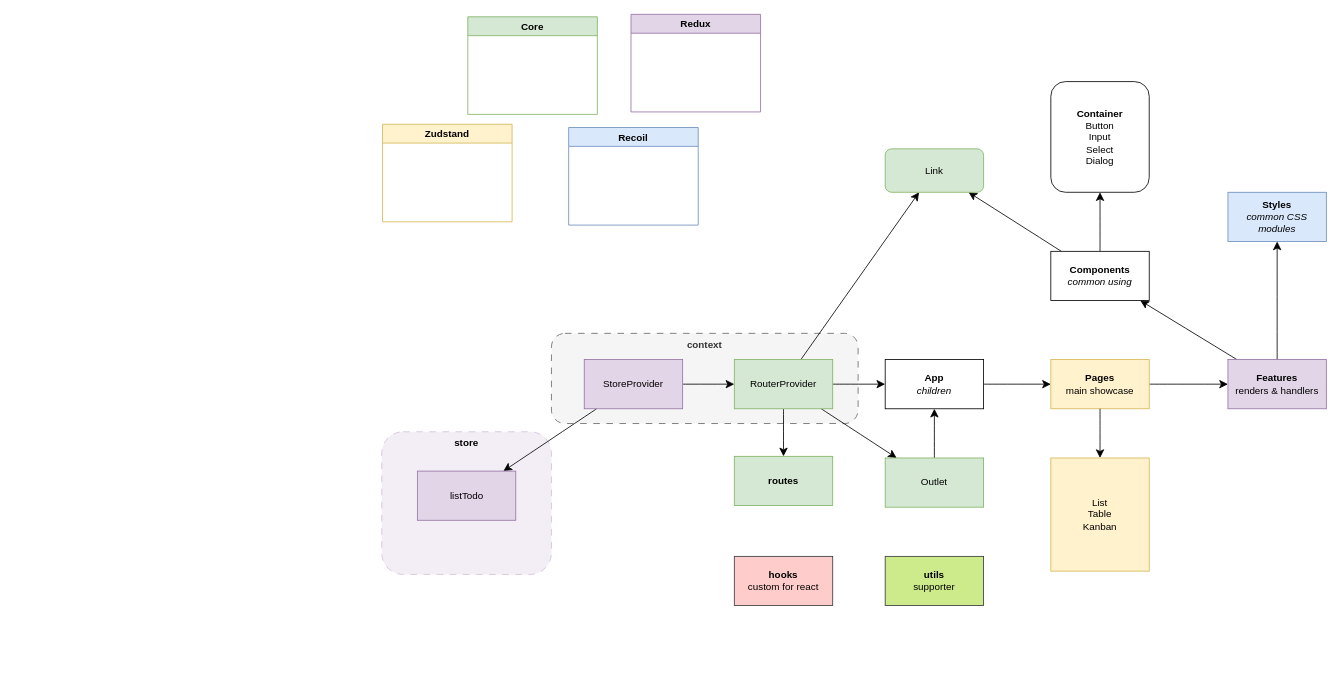
Before: page "To do list - React" (1 of 2) of Folder Structures.drawio in sunflynf/diagram-only, a draw.io diagram. Source tidied: cells renumbered, new cells numbered last; positions are measured from the earlier drawing's top-left corner, leaving out a move shared by most shapes. Both pictures are drawn from the tidied source at 82%, with x=0, y=0 at pixel (381, 14).
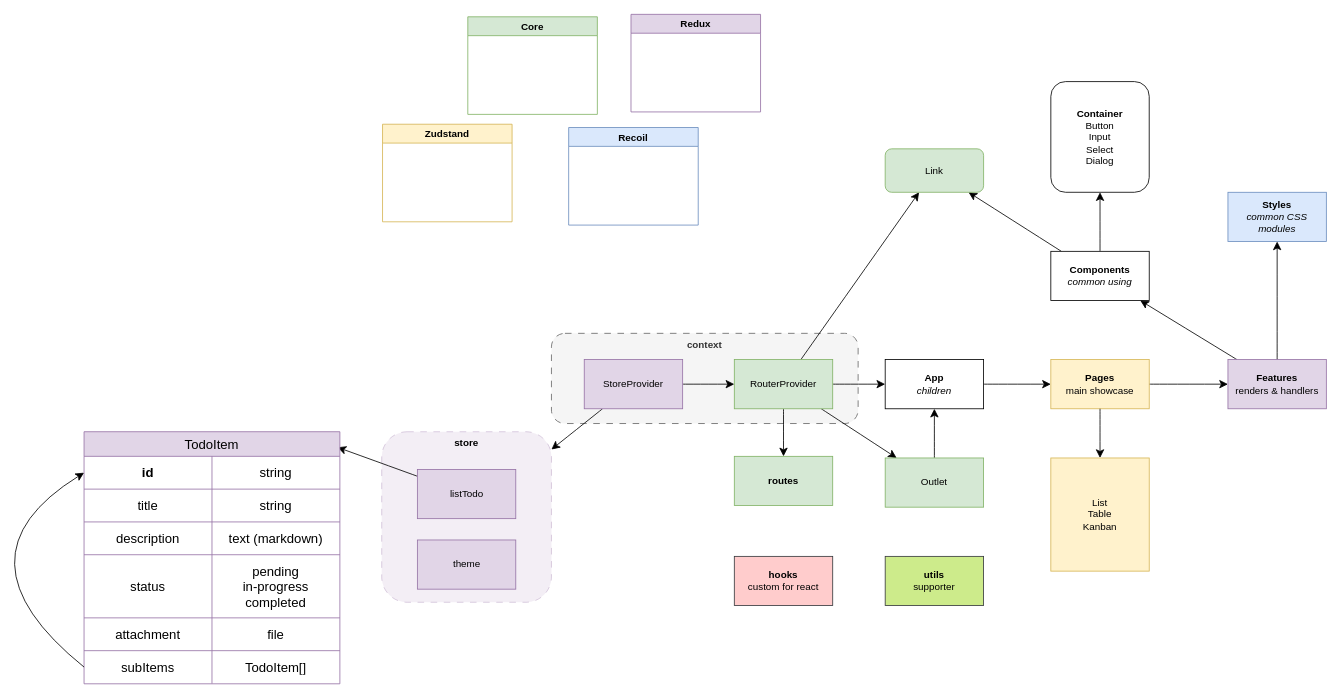
After the change.

The change refers to these unchanged cells:
```xml
<mxCell id="7" value="StoreProvider" style="rounded=0;whiteSpace=wrap;html=1;fillColor=#e1d5e7;strokeColor=#9673a6;" parent="1" vertex="1">
  <mxGeometry x="247" y="421" width="120" height="60" as="geometry" />
</mxCell>
```

Diff of the diagram source:
```diff
@@
     <mxCell id="2" value="store" style="rounded=1;whiteSpace=wrap;html=1;verticalAlign=top;fontStyle=1;dashed=1;dashPattern=8 8;fillColor=#e1d5e7;strokeColor=#9673a6;opacity=40;" parent="1" vertex="1">
-      <mxGeometry y="509" width="207" height="174" as="geometry" />
+      <mxGeometry y="509" width="207" height="208" as="geometry" />
     </mxCell>
@@
-    <mxCell id="6" style="edgeStyle=none;curved=1;rounded=0;jettySize=auto;html=1;fontSize=12;startSize=8;endSize=8;" parent="1" edge="1" source="7" target="21">
+    <mxCell id="6" style="edgeStyle=none;curved=1;rounded=0;jettySize=auto;html=1;fontSize=12;startSize=8;endSize=8;" parent="1" edge="1" source="7" target="2">
       <mxGeometry relative="1" as="geometry" />
     </mxCell>
@@
+    <mxCell id="37" style="edgeStyle=none;curved=1;rounded=0;jettySize=auto;html=1;fontSize=12;startSize=8;endSize=8;entryX=0.991;entryY=0.062;entryDx=0;entryDy=0;entryPerimeter=0;" parent="1" edge="1" source="21" target="38">
+      <mxGeometry relative="1" as="geometry" />
+    </mxCell>
     <mxCell id="21" value="listTodo" style="rounded=0;whiteSpace=wrap;html=1;fillColor=#e1d5e7;strokeColor=#9673a6;" parent="1" vertex="1">
-      <mxGeometry x="43.5" y="557" width="120" height="60" as="geometry" />
+      <mxGeometry x="43.5" y="555" width="120" height="60" as="geometry" />
     </mxCell>
@@
+    <mxCell id="38" value="TodoItem" style="shape=table;startSize=30;childLayout=tableLayout;strokeColor=#9673a6;fontSize=16;fillColor=#e1d5e7;" parent="1" vertex="1">
+      <mxGeometry x="-363" y="509" width="312" height="307.4" as="geometry" />
+    </mxCell>
+    <mxCell id="39" style="shape=tableRow;horizontal=0;startSize=0;swimlaneHead=0;swimlaneBody=0;strokeColor=inherit;top=0;left=0;bottom=0;right=0;fillColor=none;points=[[0,0.5],[1,0.5]];portConstraint=eastwest;fontSize=16;" parent="38" vertex="1">
+      <mxGeometry y="30" width="312" height="40" as="geometry" />
+    </mxCell>
+    <mxCell id="40" value="id" style="shape=partialRectangle;html=1;whiteSpace=wrap;strokeColor=inherit;overflow=hidden;fillColor=none;top=0;left=0;bottom=0;right=0;fontSize=16;fontStyle=1;" parent="39" vertex="1">
+      <mxGeometry width="156" height="40" as="geometry" />
+    </mxCell>
+    <mxCell id="41" value="string" style="shape=partialRectangle;html=1;whiteSpace=wrap;strokeColor=inherit;overflow=hidden;fillColor=none;top=0;left=0;bottom=0;right=0;fontSize=16;" parent="39" vertex="1">
+      <mxGeometry x="156" width="156" height="40" as="geometry" />
+    </mxCell>
+    <mxCell id="42" style="shape=tableRow;horizontal=0;startSize=0;swimlaneHead=0;swimlaneBody=0;strokeColor=inherit;top=0;left=0;bottom=0;right=0;fillColor=none;fontSize=16;" parent="38" vertex="1">
+      <mxGeometry y="70" width="312" height="40" as="geometry" />
+    </mxCell>
+    <mxCell id="43" value="&lt;div&gt;title&lt;/div&gt;" style="shape=partialRectangle;html=1;whiteSpace=wrap;strokeColor=inherit;overflow=hidden;fillColor=none;top=0;left=0;bottom=0;right=0;fontSize=16;" parent="42" vertex="1">
+      <mxGeometry width="156" height="40" as="geometry" />
+    </mxCell>
+    <mxCell id="44" value="string" style="shape=partialRectangle;html=1;whiteSpace=wrap;strokeColor=inherit;overflow=hidden;fillColor=none;top=0;left=0;bottom=0;right=0;fontSize=16;" parent="42" vertex="1">
+      <mxGeometry x="156" width="156" height="40" as="geometry" />
+    </mxCell>
+    <mxCell id="45" style="shape=tableRow;horizontal=0;startSize=0;swimlaneHead=0;swimlaneBody=0;strokeColor=inherit;top=0;left=0;bottom=0;right=0;fillColor=none;fontSize=16;" parent="38" vertex="1">
+      <mxGeometry y="110" width="312" height="40" as="geometry" />
+    </mxCell>
+    <mxCell id="46" value="description" style="shape=partialRectangle;html=1;whiteSpace=wrap;strokeColor=inherit;overflow=hidden;fillColor=none;top=0;left=0;bottom=0;right=0;fontSize=16;" parent="45" vertex="1">
+      <mxGeometry width="156" height="40" as="geometry" />
+    </mxCell>
+    <mxCell id="47" value="text (markdown)" style="shape=partialRectangle;html=1;whiteSpace=wrap;strokeColor=inherit;overflow=hidden;fillColor=none;top=0;left=0;bottom=0;right=0;fontSize=16;" parent="45" vertex="1">
+      <mxGeometry x="156" width="156" height="40" as="geometry" />
+    </mxCell>
+    <mxCell id="48" style="shape=tableRow;horizontal=0;startSize=0;swimlaneHead=0;swimlaneBody=0;strokeColor=inherit;top=0;left=0;bottom=0;right=0;fillColor=none;fontSize=16;" parent="38" vertex="1">
+      <mxGeometry y="150" width="312" height="77" as="geometry" />
+    </mxCell>
+    <mxCell id="49" value="status" style="shape=partialRectangle;html=1;whiteSpace=wrap;strokeColor=inherit;overflow=hidden;fillColor=none;top=0;left=0;bottom=0;right=0;fontSize=16;" parent="48" vertex="1">
+      <mxGeometry width="156" height="77" as="geometry" />
+    </mxCell>
+    <mxCell id="50" value="pending&lt;br&gt;&lt;div&gt;in-progress&lt;/div&gt;&lt;div&gt;completed&lt;br&gt;&lt;/div&gt;" style="shape=partialRectangle;html=1;whiteSpace=wrap;strokeColor=inherit;overflow=hidden;fillColor=none;top=0;left=0;bottom=0;right=0;fontSize=16;" parent="48" vertex="1">
+      <mxGeometry x="156" width="156" height="77" as="geometry" />
+    </mxCell>
+    <mxCell id="51" style="shape=tableRow;horizontal=0;startSize=0;swimlaneHead=0;swimlaneBody=0;strokeColor=inherit;top=0;left=0;bottom=0;right=0;fillColor=none;fontSize=16;" parent="38" vertex="1">
+      <mxGeometry y="227" width="312" height="40" as="geometry" />
+    </mxCell>
+    <mxCell id="52" value="attachment" style="shape=partialRectangle;html=1;whiteSpace=wrap;strokeColor=inherit;overflow=hidden;fillColor=none;top=0;left=0;bottom=0;right=0;fontSize=16;" parent="51" vertex="1">
+      <mxGeometry width="156" height="40" as="geometry" />
+    </mxCell>
+    <mxCell id="53" value="file" style="shape=partialRectangle;html=1;whiteSpace=wrap;strokeColor=inherit;overflow=hidden;fillColor=none;top=0;left=0;bottom=0;right=0;fontSize=16;" parent="51" vertex="1">
+      <mxGeometry x="156" width="156" height="40" as="geometry" />
+    </mxCell>
+    <mxCell id="54" style="shape=tableRow;horizontal=0;startSize=0;swimlaneHead=0;swimlaneBody=0;strokeColor=inherit;top=0;left=0;bottom=0;right=0;fillColor=none;points=[[0,0.5],[1,0.5]];portConstraint=eastwest;fontSize=16;" parent="38" vertex="1">
+      <mxGeometry y="267" width="312" height="40" as="geometry" />
+    </mxCell>
+    <mxCell id="55" value="subItems" style="shape=partialRectangle;html=1;whiteSpace=wrap;strokeColor=inherit;overflow=hidden;fillColor=none;top=0;left=0;bottom=0;right=0;fontSize=16;" parent="54" vertex="1">
+      <mxGeometry width="156" height="40" as="geometry" />
+    </mxCell>
+    <mxCell id="56" value="TodoItem[]" style="shape=partialRectangle;html=1;whiteSpace=wrap;strokeColor=inherit;overflow=hidden;fillColor=none;top=0;left=0;bottom=0;right=0;fontSize=16;" parent="54" vertex="1">
+      <mxGeometry x="156" width="156" height="40" as="geometry" />
+    </mxCell>
+    <mxCell id="57" style="edgeStyle=none;curved=1;rounded=0;jettySize=auto;html=1;fontSize=12;startSize=8;endSize=8;entryX=0;entryY=0.5;entryDx=0;entryDy=0;exitX=0;exitY=0.5;exitDx=0;exitDy=0;" parent="38" edge="1" source="54" target="39">
+      <mxGeometry relative="1" as="geometry">
+        <Array as="points">
+          <mxPoint x="-166" y="153" />
+        </Array>
+      </mxGeometry>
+    </mxCell>
+    <mxCell id="58" value="theme" style="rounded=0;whiteSpace=wrap;html=1;fillColor=#e1d5e7;strokeColor=#9673a6;" parent="1" vertex="1">
+      <mxGeometry x="43.5" y="641" width="120" height="60" as="geometry" />
+    </mxCell>
```
